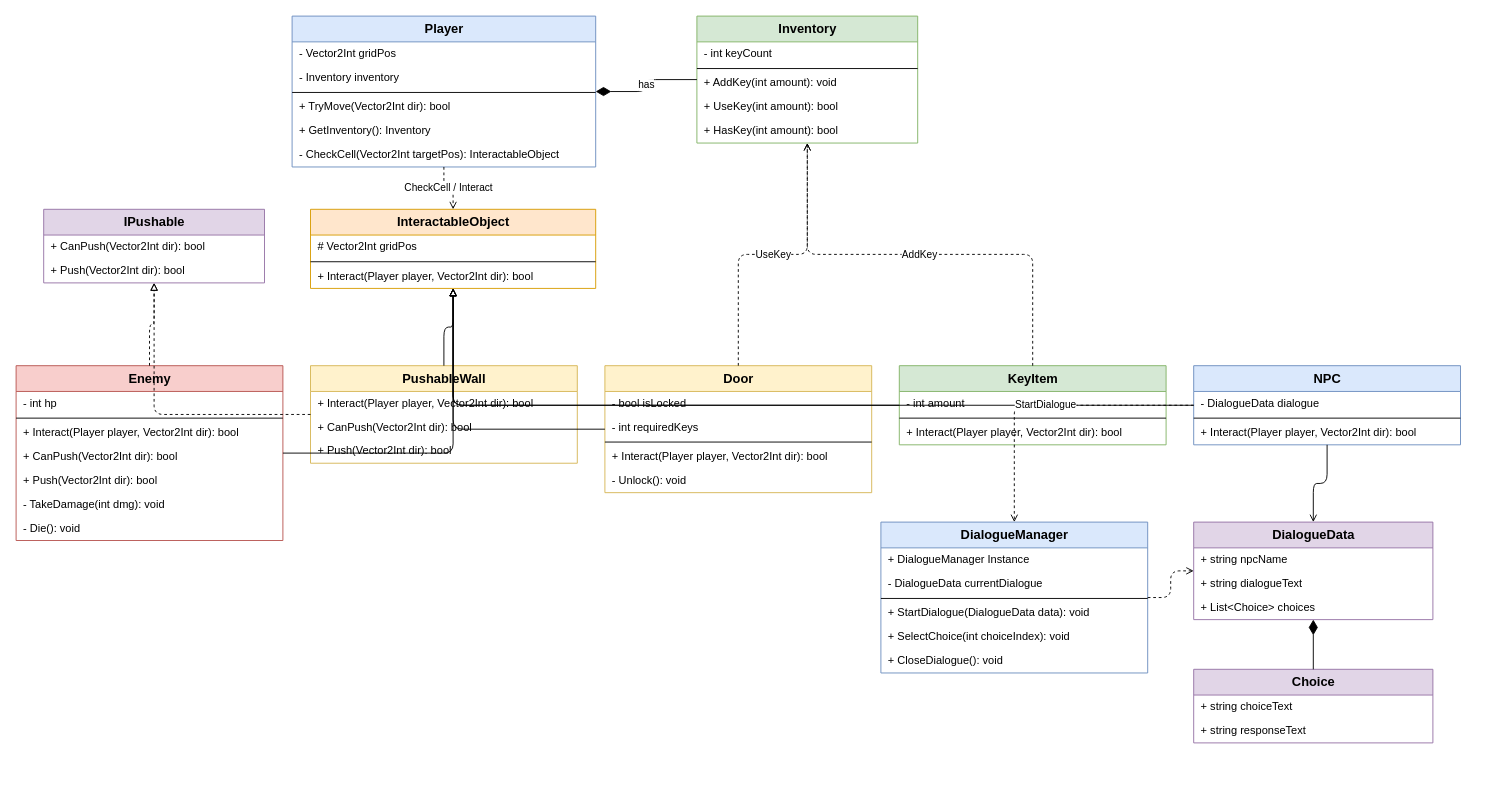
Before: Discbound_ClassDiagram.drawio in PBIT64/Discbound-FinalProj, a draw.io diagram. Source tidied: cells renumbered, new cells numbered last; positions are measured from the earlier drawing's top-left corner, leaving out a move shared by most shapes. Both pictures are drawn from the tidied source at 92%, with x=0, y=0 at pixel (16, 16).
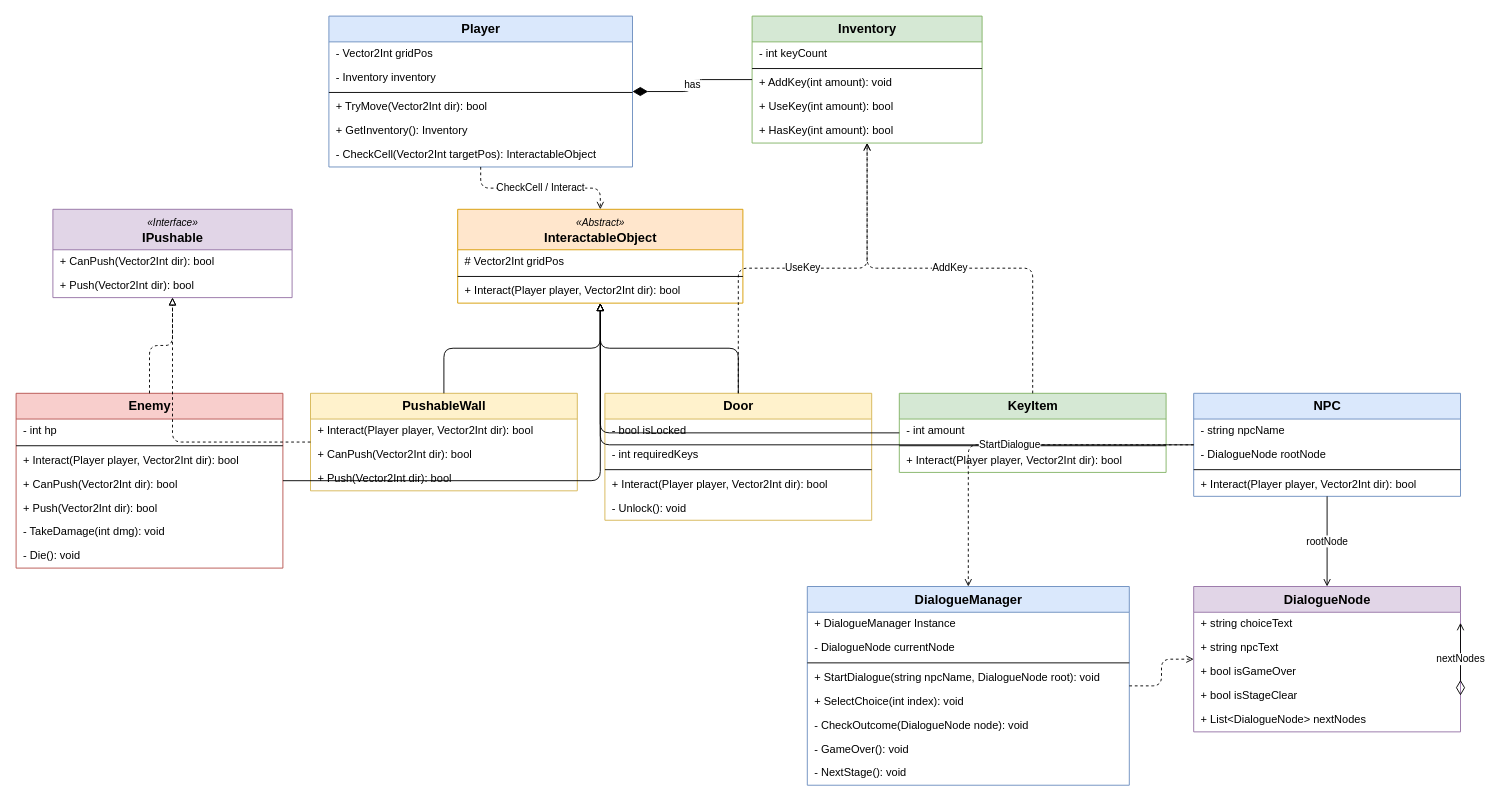
Above is the later version.

Change to the diagram source:
```diff
@@
     <mxCell id="2" value="Player" style="swimlane;fontStyle=1;horizontal=1;startSize=28;html=1;fontSize=14;fillColor=#dae8fc;strokeColor=#6c8ebf;" parent="1" vertex="1">
-      <mxGeometry x="300" width="330" height="164" as="geometry" />
+      <mxGeometry x="340" width="330" height="164" as="geometry" />
     </mxCell>
@@
     <mxCell id="9" value="Inventory" style="swimlane;fontStyle=1;horizontal=1;startSize=28;html=1;fontSize=14;fillColor=#d5e8d4;strokeColor=#82b366;" parent="1" vertex="1">
-      <mxGeometry x="740" width="240" height="138" as="geometry" />
+      <mxGeometry x="800" width="250" height="138" as="geometry" />
     </mxCell>
     <mxCell id="10" value="- int keyCount" style="text;strokeColor=none;fillColor=none;align=left;verticalAlign=middle;spacingLeft=6;html=1;fontSize=12;" parent="9" vertex="1">
-      <mxGeometry y="28" width="240" height="26" as="geometry" />
+      <mxGeometry y="28" width="250" height="26" as="geometry" />
     </mxCell>
     <mxCell id="11" style="line;strokeWidth=1;fillColor=none;align=left;verticalAlign=middle;spacingTop=-1;spacingLeft=3;spacingRight=3;html=1;" parent="9" vertex="1">
-      <mxGeometry y="54" width="240" height="6" as="geometry" />
+      <mxGeometry y="54" width="250" height="6" as="geometry" />
     </mxCell>
     <mxCell id="12" value="+ AddKey(int amount): void" style="text;strokeColor=none;fillColor=none;align=left;verticalAlign=middle;spacingLeft=6;html=1;fontSize=12;" parent="9" vertex="1">
-      <mxGeometry y="60" width="240" height="26" as="geometry" />
+      <mxGeometry y="60" width="250" height="26" as="geometry" />
     </mxCell>
     <mxCell id="13" value="+ UseKey(int amount): bool" style="text;strokeColor=none;fillColor=none;align=left;verticalAlign=middle;spacingLeft=6;html=1;fontSize=12;" parent="9" vertex="1">
-      <mxGeometry y="86" width="240" height="26" as="geometry" />
+      <mxGeometry y="86" width="250" height="26" as="geometry" />
     </mxCell>
     <mxCell id="14" value="+ HasKey(int amount): bool" style="text;strokeColor=none;fillColor=none;align=left;verticalAlign=middle;spacingLeft=6;html=1;fontSize=12;" parent="9" vertex="1">
-      <mxGeometry y="112" width="240" height="26" as="geometry" />
+      <mxGeometry y="112" width="250" height="26" as="geometry" />
     </mxCell>
-    <mxCell id="15" value="IPushable" style="swimlane;fontStyle=1;horizontal=1;startSize=28;html=1;fontSize=14;fillColor=#e1d5e7;strokeColor=#9673a6;" parent="1" vertex="1">
-      <mxGeometry x="30" y="210" width="240" height="80" as="geometry" />
+    <mxCell id="15" value="&lt;font style=&quot;font-size:11px;font-weight:normal;font-style:italic;&quot;&gt;&amp;laquo;Interface&amp;raquo;&lt;/font&gt;&lt;br&gt;IPushable" style="swimlane;fontStyle=1;horizontal=1;startSize=44;html=1;fontSize=14;fillColor=#e1d5e7;strokeColor=#9673a6;" parent="1" vertex="1">
+      <mxGeometry x="40" y="210" width="260" height="96" as="geometry" />
     </mxCell>
     <mxCell id="16" value="+ CanPush(Vector2Int dir): bool" style="text;strokeColor=none;fillColor=none;align=left;verticalAlign=middle;spacingLeft=6;html=1;fontSize=12;" parent="15" vertex="1">
-      <mxGeometry y="28" width="240" height="26" as="geometry" />
+      <mxGeometry y="44" width="260" height="26" as="geometry" />
     </mxCell>
     <mxCell id="17" value="+ Push(Vector2Int dir): bool" style="text;strokeColor=none;fillColor=none;align=left;verticalAlign=middle;spacingLeft=6;html=1;fontSize=12;" parent="15" vertex="1">
-      <mxGeometry y="54" width="240" height="26" as="geometry" />
+      <mxGeometry y="70" width="260" height="26" as="geometry" />
     </mxCell>
-    <mxCell id="18" value="InteractableObject" style="swimlane;fontStyle=1;horizontal=1;startSize=28;html=1;fontSize=14;fillColor=#ffe6cc;strokeColor=#d79b00;" parent="1" vertex="1">
-      <mxGeometry x="320" y="210" width="310" height="86" as="geometry" />
+    <mxCell id="18" value="&lt;font style=&quot;font-size:11px;font-weight:normal;font-style:italic;&quot;&gt;&amp;laquo;Abstract&amp;raquo;&lt;/font&gt;&lt;br&gt;InteractableObject" style="swimlane;fontStyle=1;horizontal=1;startSize=44;html=1;fontSize=14;fillColor=#ffe6cc;strokeColor=#d79b00;" parent="1" vertex="1">
+      <mxGeometry x="480" y="210" width="310" height="102" as="geometry" />
     </mxCell>
     <mxCell id="19" value="# Vector2Int gridPos" style="text;strokeColor=none;fillColor=none;align=left;verticalAlign=middle;spacingLeft=6;html=1;fontSize=12;" parent="18" vertex="1">
-      <mxGeometry y="28" width="310" height="26" as="geometry" />
+      <mxGeometry y="44" width="310" height="26" as="geometry" />
     </mxCell>
     <mxCell id="20" style="line;strokeWidth=1;fillColor=none;align=left;verticalAlign=middle;spacingTop=-1;spacingLeft=3;spacingRight=3;html=1;" parent="18" vertex="1">
-      <mxGeometry y="54" width="310" height="6" as="geometry" />
+      <mxGeometry y="70" width="310" height="6" as="geometry" />
     </mxCell>
     <mxCell id="21" value="+ Interact(Player player, Vector2Int dir): bool" style="text;strokeColor=none;fillColor=none;align=left;verticalAlign=middle;spacingLeft=6;html=1;fontSize=12;" parent="18" vertex="1">
-      <mxGeometry y="60" width="310" height="26" as="geometry" />
+      <mxGeometry y="76" width="310" height="26" as="geometry" />
     </mxCell>
     <mxCell id="22" value="Enemy" style="swimlane;fontStyle=1;horizontal=1;startSize=28;html=1;fontSize=14;fillColor=#f8cecc;strokeColor=#b85450;" parent="1" vertex="1">
-      <mxGeometry y="380" width="290" height="190" as="geometry" />
+      <mxGeometry y="410" width="290" height="190" as="geometry" />
     </mxCell>
@@
     <mxCell id="30" value="PushableWall" style="swimlane;fontStyle=1;horizontal=1;startSize=28;html=1;fontSize=14;fillColor=#fff2cc;strokeColor=#d6b656;" parent="1" vertex="1">
-      <mxGeometry x="320" y="380" width="290" height="106" as="geometry" />
+      <mxGeometry x="320" y="410" width="290" height="106" as="geometry" />
     </mxCell>
@@
     <mxCell id="34" value="Door" style="swimlane;fontStyle=1;horizontal=1;startSize=28;html=1;fontSize=14;fillColor=#fff2cc;strokeColor=#d6b656;" parent="1" vertex="1">
-      <mxGeometry x="640" y="380" width="290" height="138" as="geometry" />
+      <mxGeometry x="640" y="410" width="290" height="138" as="geometry" />
     </mxCell>
@@
     <mxCell id="40" value="KeyItem" style="swimlane;fontStyle=1;horizontal=1;startSize=28;html=1;fontSize=14;fillColor=#d5e8d4;strokeColor=#82b366;" parent="1" vertex="1">
-      <mxGeometry x="960" y="380" width="290" height="86" as="geometry" />
+      <mxGeometry x="960" y="410" width="290" height="86" as="geometry" />
     </mxCell>
@@
     <mxCell id="44" value="NPC" style="swimlane;fontStyle=1;horizontal=1;startSize=28;html=1;fontSize=14;fillColor=#dae8fc;strokeColor=#6c8ebf;" parent="1" vertex="1">
-      <mxGeometry x="1280" y="380" width="290" height="86" as="geometry" />
+      <mxGeometry x="1280" y="410" width="290" height="112" as="geometry" />
     </mxCell>
-    <mxCell id="45" value="- DialogueData dialogue" style="text;strokeColor=none;fillColor=none;align=left;verticalAlign=middle;spacingLeft=6;html=1;fontSize=12;" parent="44" vertex="1">
+    <mxCell id="45" value="- string npcName" style="text;strokeColor=none;fillColor=none;align=left;verticalAlign=middle;spacingLeft=6;html=1;fontSize=12;" parent="44" vertex="1">
       <mxGeometry y="28" width="290" height="26" as="geometry" />
     </mxCell>
+    <mxCell id="77" value="- DialogueNode rootNode" style="text;strokeColor=none;fillColor=none;align=left;verticalAlign=middle;spacingLeft=6;html=1;fontSize=12;" parent="44" vertex="1">
+      <mxGeometry y="54" width="290" height="26" as="geometry" />
+    </mxCell>
     <mxCell id="46" style="line;strokeWidth=1;fillColor=none;align=left;verticalAlign=middle;spacingTop=-1;spacingLeft=3;spacingRight=3;html=1;" parent="44" vertex="1">
-      <mxGeometry y="54" width="290" height="6" as="geometry" />
+      <mxGeometry y="80" width="290" height="6" as="geometry" />
     </mxCell>
     <mxCell id="47" value="+ Interact(Player player, Vector2Int dir): bool" style="text;strokeColor=none;fillColor=none;align=left;verticalAlign=middle;spacingLeft=6;html=1;fontSize=12;" parent="44" vertex="1">
-      <mxGeometry y="60" width="290" height="26" as="geometry" />
+      <mxGeometry y="86" width="290" height="26" as="geometry" />
     </mxCell>
     <mxCell id="48" value="DialogueManager" style="swimlane;fontStyle=1;horizontal=1;startSize=28;html=1;fontSize=14;fillColor=#dae8fc;strokeColor=#6c8ebf;" parent="1" vertex="1">
-      <mxGeometry x="940" y="550" width="290" height="164" as="geometry" />
+      <mxGeometry x="860" y="620" width="350" height="216" as="geometry" />
     </mxCell>
     <mxCell id="49" value="+ DialogueManager Instance" style="text;strokeColor=none;fillColor=none;align=left;verticalAlign=middle;spacingLeft=6;html=1;fontSize=12;" parent="48" vertex="1">
-      <mxGeometry y="28" width="290" height="26" as="geometry" />
+      <mxGeometry y="28" width="350" height="26" as="geometry" />
     </mxCell>
-    <mxCell id="50" value="- DialogueData currentDialogue" style="text;strokeColor=none;fillColor=none;align=left;verticalAlign=middle;spacingLeft=6;html=1;fontSize=12;" parent="48" vertex="1">
-      <mxGeometry y="54" width="290" height="26" as="geometry" />
+    <mxCell id="50" value="- DialogueNode currentNode" style="text;strokeColor=none;fillColor=none;align=left;verticalAlign=middle;spacingLeft=6;html=1;fontSize=12;" parent="48" vertex="1">
+      <mxGeometry y="54" width="350" height="26" as="geometry" />
     </mxCell>
     <mxCell id="51" style="line;strokeWidth=1;fillColor=none;align=left;verticalAlign=middle;spacingTop=-1;spacingLeft=3;spacingRight=3;html=1;" parent="48" vertex="1">
-      <mxGeometry y="80" width="290" height="6" as="geometry" />
+      <mxGeometry y="80" width="350" height="6" as="geometry" />
     </mxCell>
-    <mxCell id="52" value="+ StartDialogue(DialogueData data): void" style="text;strokeColor=none;fillColor=none;align=left;verticalAlign=middle;spacingLeft=6;html=1;fontSize=12;" parent="48" vertex="1">
-      <mxGeometry y="86" width="290" height="26" as="geometry" />
+    <mxCell id="52" value="+ StartDialogue(string npcName, DialogueNode root): void" style="text;strokeColor=none;fillColor=none;align=left;verticalAlign=middle;spacingLeft=6;html=1;fontSize=12;" parent="48" vertex="1">
+      <mxGeometry y="86" width="350" height="26" as="geometry" />
     </mxCell>
-    <mxCell id="53" value="+ SelectChoice(int choiceIndex): void" style="text;strokeColor=none;fillColor=none;align=left;verticalAlign=middle;spacingLeft=6;html=1;fontSize=12;" parent="48" vertex="1">
-      <mxGeometry y="112" width="290" height="26" as="geometry" />
+    <mxCell id="53" value="+ SelectChoice(int index): void" style="text;strokeColor=none;fillColor=none;align=left;verticalAlign=middle;spacingLeft=6;html=1;fontSize=12;" parent="48" vertex="1">
+      <mxGeometry y="112" width="350" height="26" as="geometry" />
     </mxCell>
-    <mxCell id="54" value="+ CloseDialogue(): void" style="text;strokeColor=none;fillColor=none;align=left;verticalAlign=middle;spacingLeft=6;html=1;fontSize=12;" parent="48" vertex="1">
-      <mxGeometry y="138" width="290" height="26" as="geometry" />
+    <mxCell id="54" value="- CheckOutcome(DialogueNode node): void" style="text;strokeColor=none;fillColor=none;align=left;verticalAlign=middle;spacingLeft=6;html=1;fontSize=12;" parent="48" vertex="1">
+      <mxGeometry y="138" width="350" height="26" as="geometry" />
     </mxCell>
-    <mxCell id="55" value="DialogueData" style="swimlane;fontStyle=1;horizontal=1;startSize=28;html=1;fontSize=14;fillColor=#e1d5e7;strokeColor=#9673a6;" parent="1" vertex="1">
-      <mxGeometry x="1280" y="550" width="260" height="106" as="geometry" />
-    </mxCell>
-    <mxCell id="56" value="+ string npcName" style="text;strokeColor=none;fillColor=none;align=left;verticalAlign=middle;spacingLeft=6;html=1;fontSize=12;" parent="55" vertex="1">
-      <mxGeometry y="28" width="260" height="26" as="geometry" />
-    </mxCell>
-    <mxCell id="57" value="+ string dialogueText" style="text;strokeColor=none;fillColor=none;align=left;verticalAlign=middle;spacingLeft=6;html=1;fontSize=12;" parent="55" vertex="1">
-      <mxGeometry y="54" width="260" height="26" as="geometry" />
-    </mxCell>
-    <mxCell id="58" value="+ List&amp;lt;Choice&amp;gt; choices" style="text;strokeColor=none;fillColor=none;align=left;verticalAlign=middle;spacingLeft=6;html=1;fontSize=12;" parent="55" vertex="1">
-      <mxGeometry y="80" width="260" height="26" as="geometry" />
-    </mxCell>
-    <mxCell id="59" value="Choice" style="swimlane;fontStyle=1;horizontal=1;startSize=28;html=1;fontSize=14;fillColor=#e1d5e7;strokeColor=#9673a6;" parent="1" vertex="1">
-      <mxGeometry x="1280" y="710" width="260" height="80" as="geometry" />
-    </mxCell>
+    <mxCell id="78" value="- GameOver(): void" style="text;strokeColor=none;fillColor=none;align=left;verticalAlign=middle;spacingLeft=6;html=1;fontSize=12;" parent="48" vertex="1">
+      <mxGeometry y="164" width="350" height="26" as="geometry" />
+    </mxCell>
+    <mxCell id="79" value="- NextStage(): void" style="text;strokeColor=none;fillColor=none;align=left;verticalAlign=middle;spacingLeft=6;html=1;fontSize=12;" parent="48" vertex="1">
+      <mxGeometry y="190" width="350" height="26" as="geometry" />
+    </mxCell>
+    <mxCell id="80" value="DialogueNode" style="swimlane;fontStyle=1;horizontal=1;startSize=28;html=1;fontSize=14;fillColor=#e1d5e7;strokeColor=#9673a6;" parent="1" vertex="1">
+      <mxGeometry x="1280" y="620" width="290" height="158" as="geometry" />
+    </mxCell>
-    <mxCell id="60" value="+ string choiceText" style="text;strokeColor=none;fillColor=none;align=left;verticalAlign=middle;spacingLeft=6;html=1;fontSize=12;" parent="59" vertex="1">
-      <mxGeometry y="28" width="260" height="26" as="geometry" />
+    <mxCell id="60" value="+ string choiceText" style="text;strokeColor=none;fillColor=none;align=left;verticalAlign=middle;spacingLeft=6;html=1;fontSize=12;" parent="80" vertex="1">
+      <mxGeometry y="28" width="290" height="26" as="geometry" />
     </mxCell>
-    <mxCell id="61" value="+ string responseText" style="text;strokeColor=none;fillColor=none;align=left;verticalAlign=middle;spacingLeft=6;html=1;fontSize=12;" parent="59" vertex="1">
-      <mxGeometry y="54" width="260" height="26" as="geometry" />
-    </mxCell>
+    <mxCell id="81" value="+ string npcText" style="text;strokeColor=none;fillColor=none;align=left;verticalAlign=middle;spacingLeft=6;html=1;fontSize=12;" parent="80" vertex="1">
+      <mxGeometry y="54" width="290" height="26" as="geometry" />
+    </mxCell>
+    <mxCell id="82" value="+ bool isGameOver" style="text;strokeColor=none;fillColor=none;align=left;verticalAlign=middle;spacingLeft=6;html=1;fontSize=12;" parent="80" vertex="1">
+      <mxGeometry y="80" width="290" height="26" as="geometry" />
+    </mxCell>
+    <mxCell id="83" value="+ bool isStageClear" style="text;strokeColor=none;fillColor=none;align=left;verticalAlign=middle;spacingLeft=6;html=1;fontSize=12;" parent="80" vertex="1">
+      <mxGeometry y="106" width="290" height="26" as="geometry" />
+    </mxCell>
+    <mxCell id="84" value="+ List&amp;lt;DialogueNode&amp;gt; nextNodes" style="text;strokeColor=none;fillColor=none;align=left;verticalAlign=middle;spacingLeft=6;html=1;fontSize=12;" parent="80" vertex="1">
+      <mxGeometry y="132" width="290" height="26" as="geometry" />
+    </mxCell>
@@
-    <mxCell id="73" style="edgeStyle=orthogonalEdgeStyle;html=1;endArrow=open;" parent="1" edge="1" source="44" target="55">
-      <mxGeometry relative="1" as="geometry" />
-    </mxCell>
+    <mxCell id="85" value="rootNode" style="edgeStyle=orthogonalEdgeStyle;html=1;endArrow=open;" parent="1" edge="1" source="44" target="80">
+      <mxGeometry relative="1" as="geometry" />
+    </mxCell>
@@
-    <mxCell id="75" style="edgeStyle=orthogonalEdgeStyle;html=1;dashed=1;endArrow=open;" parent="1" edge="1" source="48" target="55">
-      <mxGeometry relative="1" as="geometry" />
-    </mxCell>
-    <mxCell id="76" style="edgeStyle=orthogonalEdgeStyle;html=1;startArrow=diamondThin;startFill=1;startSize=14;endArrow=none;" parent="1" edge="1" source="55" target="59">
-      <mxGeometry relative="1" as="geometry" />
-    </mxCell>
+    <mxCell id="86" style="edgeStyle=orthogonalEdgeStyle;html=1;dashed=1;endArrow=open;" parent="1" edge="1" source="48" target="80">
+      <mxGeometry relative="1" as="geometry" />
+    </mxCell>
+    <mxCell id="87" value="nextNodes" style="edgeStyle=orthogonalEdgeStyle;html=1;startArrow=diamondThin;startFill=0;startSize=14;endArrow=open;exitX=1;exitY=0.75;entryX=1;entryY=0.25;" parent="1" edge="1" source="80" target="80">
+      <mxGeometry relative="1" as="geometry" />
+    </mxCell>
```
